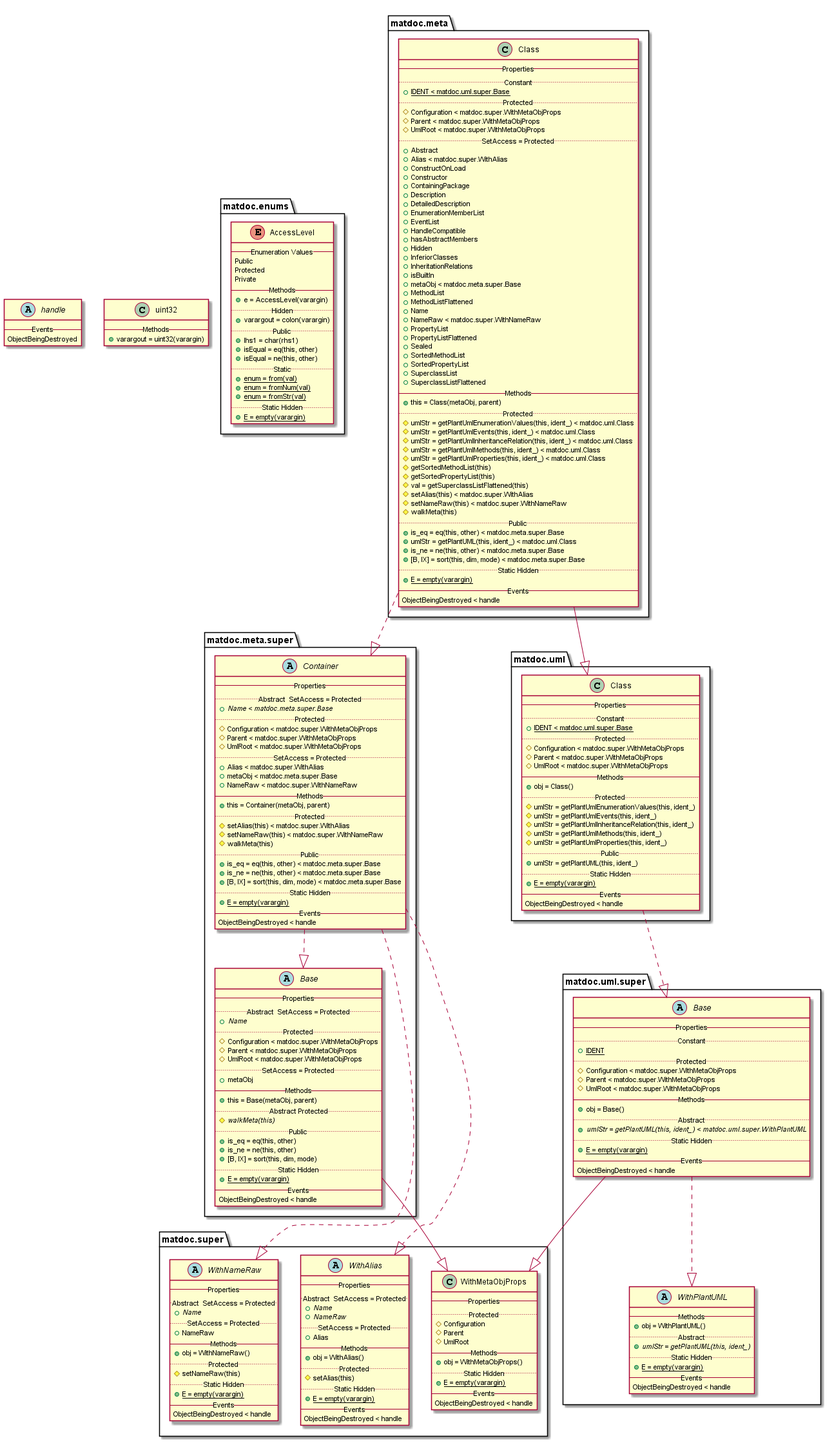
The PlantUML diagram doc/uml-examples/export-class-IgnoreBuiltInClass-true.png in flxdot/matdoc, before a commit.
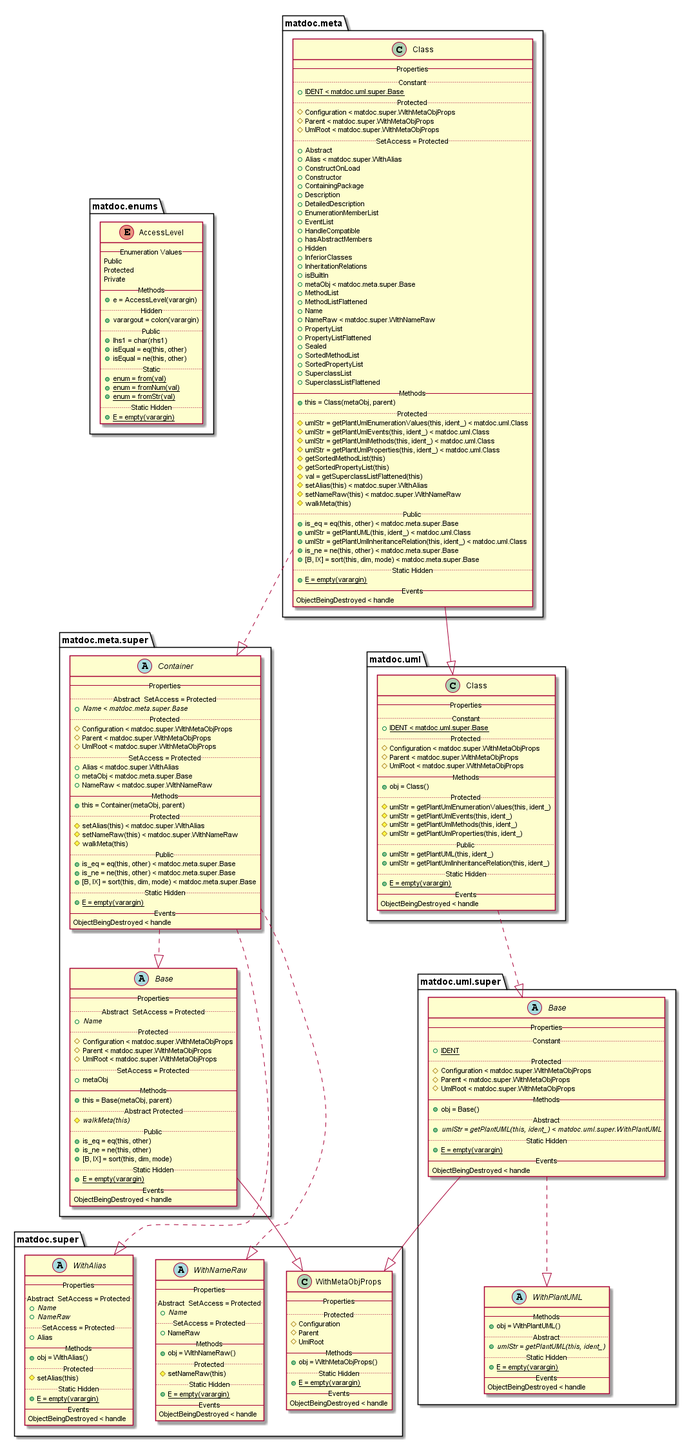
After the change.

What changed in the source:
```diff
@@ -1,10 +1,4 @@
 @startuml
-
-abstract class handle {
-   -- Events --
-   ObjectBeingDestroyed
-}
-
 
 enum matdoc.enums.AccessLevel {
    -- Enumeration Values --
@@ -26,7 +20,6 @@
    .. Static Hidden ..
    {method} {static} + E = empty(varargin)
 }
-
 
 class matdoc.meta.Class {
    -- Properties --
@@ -69,7 +62,6 @@
    .. Protected ..
    {method} # umlStr = getPlantUmlEnumerationValues(this, ident_) < matdoc.uml.Class
    {method} # umlStr = getPlantUmlEvents(this, ident_) < matdoc.uml.Class
-   {method} # umlStr = getPlantUmlInheritanceRelation(this, ident_) < matdoc.uml.Class
    {method} # umlStr = getPlantUmlMethods(this, ident_) < matdoc.uml.Class
    {method} # umlStr = getPlantUmlProperties(this, ident_) < matdoc.uml.Class
    {method} # getSortedMethodList(this)
@@ -81,6 +73,7 @@
    .. Public ..
    {method} + is_eq = eq(this, other) < matdoc.meta.super.Base
    {method} + umlStr = getPlantUML(this, ident_) < matdoc.uml.Class
+   {method} + umlStr = getPlantUmlInheritanceRelation(this, ident_) < matdoc.uml.Class
    {method} + is_ne = ne(this, other) < matdoc.meta.super.Base
    {method} + [B, IX] = sort(this, dim, mode) < matdoc.meta.super.Base
    .. Static Hidden ..
@@ -88,9 +81,6 @@
    -- Events --
    ObjectBeingDestroyed < handle
 }
-
-matdoc.meta.Class ..|> matdoc.meta.super.Container
-matdoc.meta.Class --|> matdoc.uml.Class
 
 abstract class matdoc.meta.super.Base {
    -- Properties --
@@ -115,8 +105,6 @@
    -- Events --
    ObjectBeingDestroyed < handle
 }
-
-matdoc.meta.super.Base --|> matdoc.super.WithMetaObjProps
 
 abstract class matdoc.meta.super.Container {
    -- Properties --
@@ -146,10 +134,6 @@
    ObjectBeingDestroyed < handle
 }
 
-matdoc.meta.super.Container ..|> matdoc.meta.super.Base
-matdoc.meta.super.Container ..|> matdoc.super.WithNameRaw
-matdoc.meta.super.Container ..|> matdoc.super.WithAlias
-
 abstract class matdoc.super.WithAlias {
    -- Properties --
    .. Abstract  SetAccess = Protected ..
@@ -167,7 +151,6 @@
    ObjectBeingDestroyed < handle
 }
 
-
 class matdoc.super.WithMetaObjProps {
    -- Properties --
    .. Protected ..
@@ -181,7 +164,6 @@
    -- Events --
    ObjectBeingDestroyed < handle
 }
-
 
 abstract class matdoc.super.WithNameRaw {
    -- Properties --
@@ -199,7 +181,6 @@
    ObjectBeingDestroyed < handle
 }
 
-
 class matdoc.uml.Class {
    -- Properties --
    .. Constant ..
@@ -213,18 +194,16 @@
    .. Protected ..
    {method} # umlStr = getPlantUmlEnumerationValues(this, ident_)
    {method} # umlStr = getPlantUmlEvents(this, ident_)
-   {method} # umlStr = getPlantUmlInheritanceRelation(this, ident_)
    {method} # umlStr = getPlantUmlMethods(this, ident_)
    {method} # umlStr = getPlantUmlProperties(this, ident_)
    .. Public ..
    {method} + umlStr = getPlantUML(this, ident_)
+   {method} + umlStr = getPlantUmlInheritanceRelation(this, ident_)
    .. Static Hidden ..
    {method} {static} + E = empty(varargin)
    -- Events --
    ObjectBeingDestroyed < handle
 }
-
-matdoc.uml.Class ..|> matdoc.uml.super.Base
 
 abstract class matdoc.uml.super.Base {
    -- Properties --
@@ -244,9 +223,6 @@
    ObjectBeingDestroyed < handle
 }
 
-matdoc.uml.super.Base --|> matdoc.super.WithMetaObjProps
-matdoc.uml.super.Base ..|> matdoc.uml.super.WithPlantUML
-
 abstract class matdoc.uml.super.WithPlantUML {
    -- Methods --
    {method} + obj = WithPlantUML()
@@ -259,10 +235,18 @@
 }
 
 
-class uint32 {
-   -- Methods --
-   {method} + varargout = uint32(varargin)
-}
+matdoc.meta.Class ..|> matdoc.meta.super.Container
+matdoc.meta.Class --|> matdoc.uml.Class
+matdoc.meta.super.Base --|> matdoc.super.WithMetaObjProps
+matdoc.meta.super.Container ..|> matdoc.meta.super.Base
+matdoc.meta.super.Container ..|> matdoc.super.WithNameRaw
+matdoc.meta.super.Container ..|> matdoc.super.WithAlias
+
+
+
+matdoc.uml.Class ..|> matdoc.uml.super.Base
+matdoc.uml.super.Base --|> matdoc.super.WithMetaObjProps
+matdoc.uml.super.Base ..|> matdoc.uml.super.WithPlantUML
 
 
 @enduml
```
